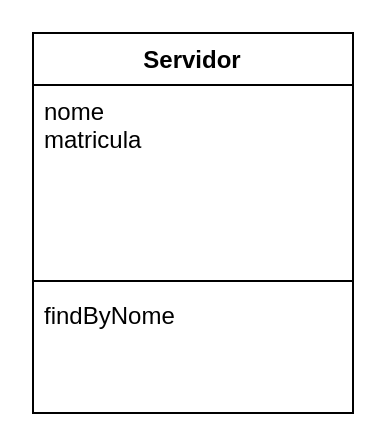
The draw.io diagram documentation/servidor/dependencies.drawio in JoaoVitor2310/sistemaAcademico, before the edit. Source tidied: cells renumbered, new cells numbered last; positions are measured from the earlier drawing's top-left corner, leaving out a move shared by most shapes. Both pictures are drawn from the tidied source at 200%, with x=0, y=0 at pixel (32, 32).
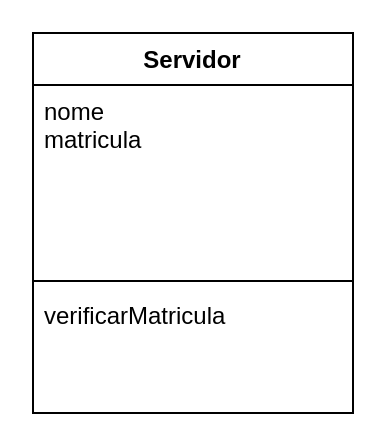
The same diagram, later.

Commit message:
fix: change servidor-add method

What changed in the source:
```diff
@@
 <mxGraphModel>
   <root>
     <mxCell id="0" />
     <mxCell id="1" parent="0" />
     <mxCell id="2" value="Servidor" style="swimlane;fontStyle=1;align=center;verticalAlign=top;horizontal=1;startSize=26;" parent="1" vertex="1">
       <mxGeometry width="160" height="190" as="geometry" />
     </mxCell>
     <mxCell id="3" value="nome&#10;matricula" style="text;strokeColor=none;fillColor=none;align=left;verticalAlign=top;spacingLeft=4;spacingRight=4;overflow=hidden;" parent="2" vertex="1">
       <mxGeometry y="26" width="160" height="94" as="geometry" />
     </mxCell>
     <mxCell id="4" style="line;strokeWidth=1;fillColor=none;align=left;verticalAlign=middle;spacingTop=-1;spacingLeft=3;spacingRight=3;labelPosition=right;strokeColor=inherit;" parent="2" vertex="1">
       <mxGeometry y="120" width="160" height="8" as="geometry" />
     </mxCell>
-    <mxCell id="5" value="findByNome" style="text;strokeColor=none;fillColor=none;align=left;verticalAlign=top;spacingLeft=4;spacingRight=4;overflow=hidden;" parent="2" vertex="1">
+    <mxCell id="5" value="verificarMatricula&#10;&#10;" style="text;strokeColor=none;fillColor=none;align=left;verticalAlign=top;spacingLeft=4;spacingRight=4;overflow=hidden;" parent="2" vertex="1">
       <mxGeometry y="128" width="160" height="62" as="geometry" />
     </mxCell>
   </root>
 </mxGraphModel>
```
